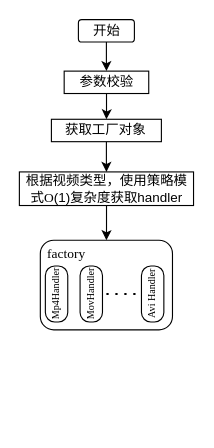
DingDongZz/typera_PicGO keeps this draw.io diagram as DrawIO_file/流程图/单例+工厂+策略.drawio. Above is the earlier version. Source tidied: cells renumbered, new cells numbered last; positions are measured from the earlier drawing's top-left corner, leaving out a move shared by most shapes. Both pictures are drawn from the tidied source at 112%, with x=0, y=0 at pixel (19, 19).
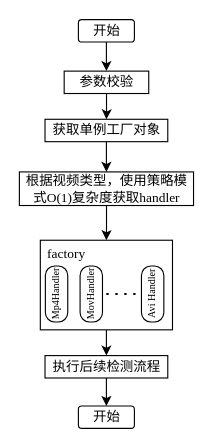
Above is the later version.

Commit message:
更新单例+工厂+策略.drawio

Change to the diagram source:
```diff
@@
-    <mxCell id="5" value="根据视频类型，使用策略模式&lt;font face=&quot;Times New Roman&quot;&gt;O&lt;/font&gt;(1)复杂度获取handler" style="rounded=0;whiteSpace=wrap;html=1;fontFamily=宋体;" parent="1" vertex="1">
+    <mxCell id="5" value="根据视频类型，使用策略模式&lt;font face=&quot;Times New Roman&quot;&gt;O(1)&lt;/font&gt;复杂度获取&lt;font face=&quot;Times New Roman&quot;&gt;handler&lt;/font&gt;" style="rounded=0;whiteSpace=wrap;html=1;fontFamily=宋体;" parent="1" vertex="1">
       <mxGeometry x="-0.2" y="136" width="155.5" height="30" as="geometry" />
     </mxCell>
@@
-    <mxCell id="9" value="获取工厂对象" style="rounded=0;whiteSpace=wrap;html=1;fontFamily=宋体;" parent="1" vertex="1">
-      <mxGeometry x="28.4" y="89" width="98.2" height="20" as="geometry" />
+    <mxCell id="9" value="获取单例工厂对象" style="rounded=0;whiteSpace=wrap;html=1;fontFamily=宋体;" parent="1" vertex="1">
+      <mxGeometry x="22.7" y="89" width="109.6" height="20" as="geometry" />
     </mxCell>
-    <mxCell id="10" style="group;" parent="1" vertex="1">
-      <mxGeometry x="12" y="194" width="124.5" height="83" as="geometry" />
-    </mxCell>
+    <mxCell id="17" style="edgeStyle=orthogonalEdgeStyle;rounded=0;jettySize=auto;html=1;entryX=0.5;entryY=0;entryDx=0;entryDy=0;" parent="1" edge="1" source="11" target="19">
+      <mxGeometry relative="1" as="geometry" />
+    </mxCell>
-    <mxCell id="11" style="rounded=1;whiteSpace=wrap;html=1;fontFamily=Times New Roman;" parent="10" vertex="1">
-      <mxGeometry x="6.5" y="3" width="118" height="80" as="geometry" />
+    <mxCell id="11" style="rounded=0;whiteSpace=wrap;html=1;fontFamily=Times New Roman;" parent="1" vertex="1">
+      <mxGeometry x="18.5" y="197" width="118" height="80" as="geometry" />
     </mxCell>
-    <mxCell id="12" value="Mp4Handler" style="rounded=1;whiteSpace=wrap;html=1;fontSize=9;arcSize=42;rotation=-90;horizontal=1;fontFamily=Times New Roman;" parent="10" vertex="1">
-      <mxGeometry x="-4" y="41" width="50" height="20" as="geometry" />
+    <mxCell id="12" value="Mp4Handler" style="rounded=1;whiteSpace=wrap;html=1;fontSize=9;arcSize=42;rotation=-90;horizontal=1;fontFamily=Times New Roman;" parent="1" vertex="1">
+      <mxGeometry x="8" y="235" width="50" height="20" as="geometry" />
     </mxCell>
-    <mxCell id="13" value="Avi Handler" style="rounded=1;whiteSpace=wrap;html=1;fontSize=9;arcSize=42;rotation=-90;fontFamily=Times New Roman;" parent="10" vertex="1">
-      <mxGeometry x="81.8" y="41" width="50" height="20" as="geometry" />
+    <mxCell id="13" value="Avi Handler" style="rounded=1;whiteSpace=wrap;html=1;fontSize=9;arcSize=42;rotation=-90;fontFamily=Times New Roman;" parent="1" vertex="1">
+      <mxGeometry x="93.8" y="235" width="50" height="20" as="geometry" />
     </mxCell>
-    <mxCell id="14" value="MovHandler" style="rounded=1;whiteSpace=wrap;html=1;fontSize=9;arcSize=42;rotation=-90;fontFamily=Times New Roman;" parent="10" vertex="1">
-      <mxGeometry x="27" y="41" width="50" height="20" as="geometry" />
+    <mxCell id="14" value="MovHandler" style="rounded=1;whiteSpace=wrap;html=1;fontSize=9;arcSize=42;rotation=-90;fontFamily=Times New Roman;" parent="1" vertex="1">
+      <mxGeometry x="39" y="235" width="50" height="20" as="geometry" />
     </mxCell>
-    <mxCell id="15" value="factory" style="text;html=1;align=center;verticalAlign=middle;whiteSpace=wrap;rounded=0;fontFamily=Times New Roman;" parent="10" vertex="1">
-      <mxGeometry width="60" height="30" as="geometry" />
+    <mxCell id="15" value="factory" style="text;html=1;align=center;verticalAlign=middle;whiteSpace=wrap;rounded=0;fontFamily=Times New Roman;" parent="1" vertex="1">
+      <mxGeometry x="12" y="194" width="60" height="30" as="geometry" />
     </mxCell>
-    <mxCell id="16" style="endArrow=none;dashed=1;html=1;dashPattern=1 3;strokeWidth=2;rounded=0;entryX=0.5;entryY=0;entryDx=0;entryDy=0;exitX=0.5;exitY=1;exitDx=0;exitDy=0;" parent="10" edge="1">
+    <mxCell id="16" style="endArrow=none;dashed=1;html=1;dashPattern=1 3;strokeWidth=2;rounded=0;entryX=0.5;entryY=0;entryDx=0;entryDy=0;exitX=0.5;exitY=1;exitDx=0;exitDy=0;fontFamily=Times New Roman;" parent="1" edge="1">
       <mxGeometry relative="1" as="geometry">
-        <mxPoint x="65.5" y="51" as="sourcePoint" />
-        <mxPoint x="95.8" y="51" as="targetPoint" />
+        <mxPoint x="77.5" y="245" as="sourcePoint" />
+        <mxPoint x="107.8" y="245" as="targetPoint" />
       </mxGeometry>
     </mxCell>
+    <mxCell id="18" style="edgeStyle=orthogonalEdgeStyle;rounded=0;jettySize=auto;html=1;entryX=0.5;entryY=0;entryDx=0;entryDy=0;" parent="1" edge="1" source="19" target="20">
+      <mxGeometry relative="1" as="geometry" />
+    </mxCell>
+    <mxCell id="19" value="执行后续检测流程" style="rounded=0;whiteSpace=wrap;html=1;fontFamily=宋体;" parent="1" vertex="1">
+      <mxGeometry x="22.7" y="300" width="109.6" height="20" as="geometry" />
+    </mxCell>
+    <mxCell id="20" value="开始" style="rounded=1;whiteSpace=wrap;html=1;fontFamily=宋体;" parent="1" vertex="1">
+      <mxGeometry x="52.5" y="345" width="50" height="20" as="geometry" />
+    </mxCell>
```
